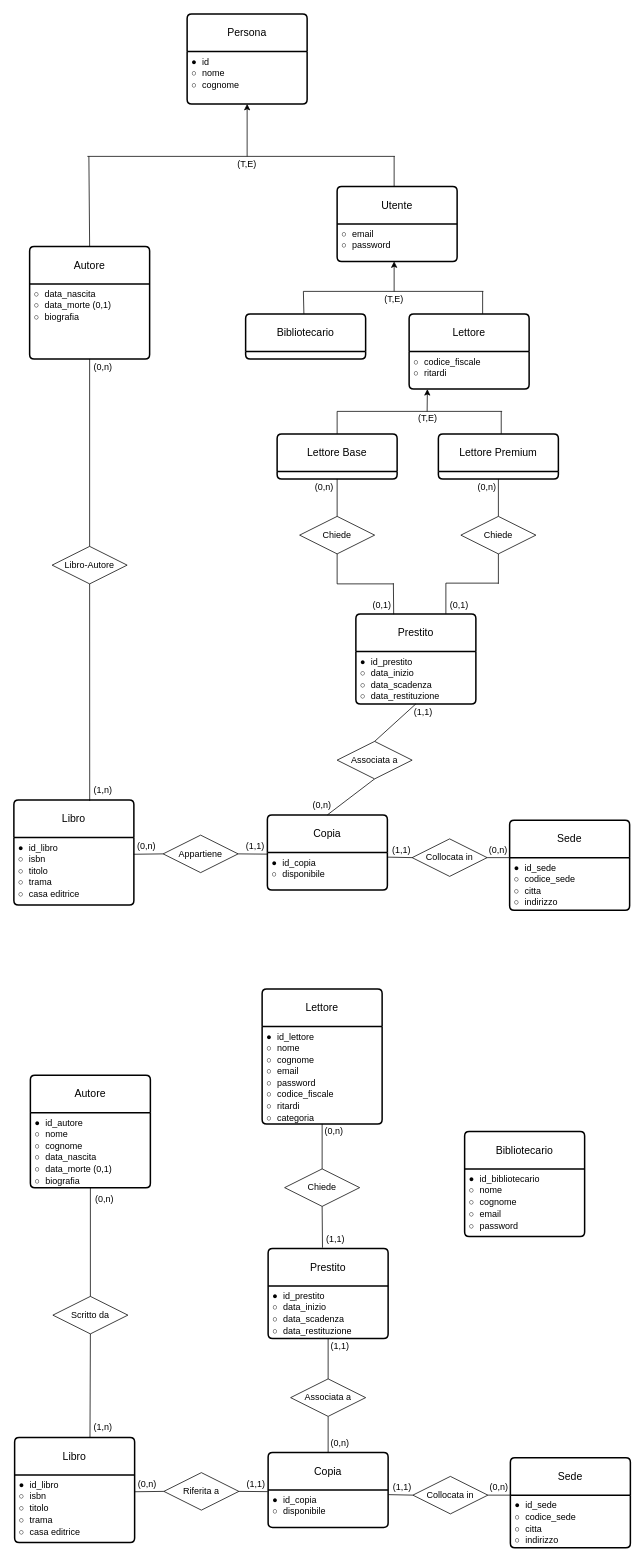
Above: Untitled Diagram.drawio in jaczao/library-management-system (draw.io), before the change. Source tidied: cells renumbered, new cells numbered last; positions are measured from the earlier drawing's top-left corner, leaving out a move shared by most shapes. Both pictures are drawn from the tidied source at 75%, with x=0, y=0 at pixel (14, 14).
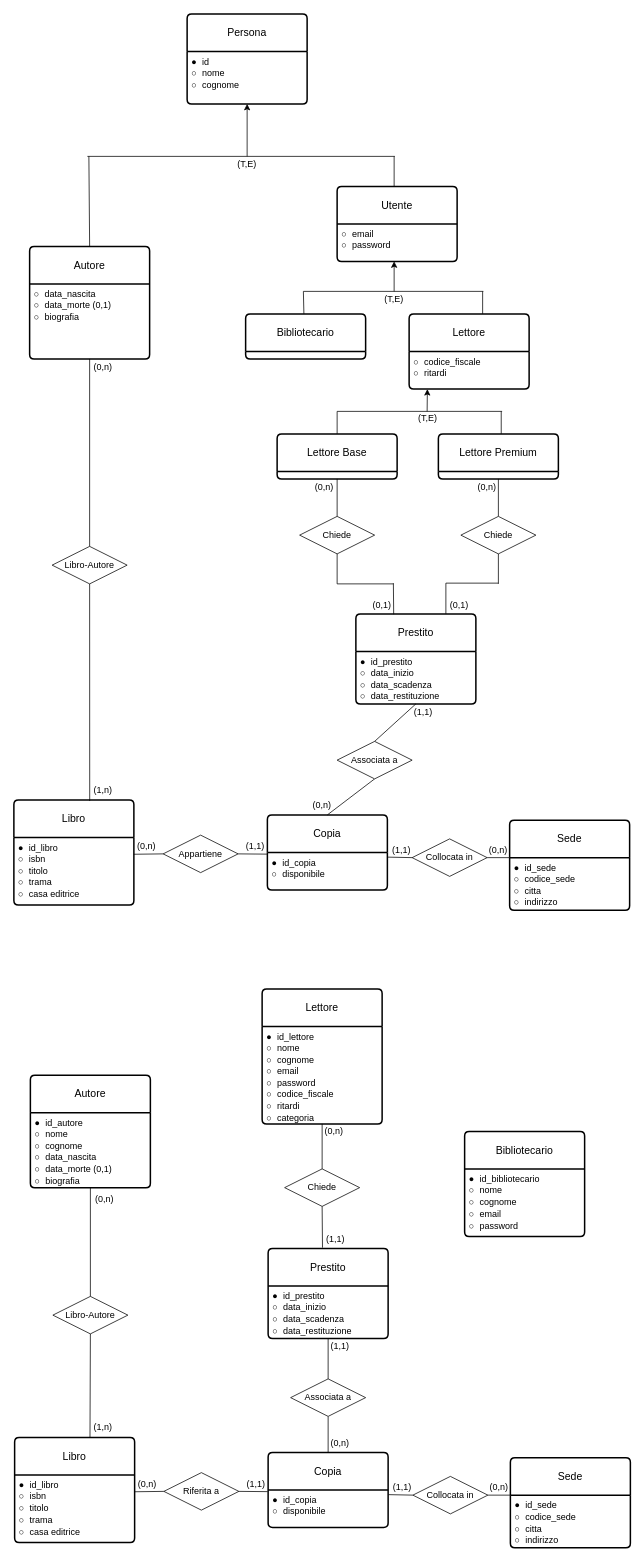
After the change.

Change to the diagram source:
```diff
@@
-    <mxCell id="79" value="Scritto da" style="shape=rhombus;perimeter=rhombusPerimeter;whiteSpace=wrap;html=1;align=center;" parent="1" vertex="1">
+    <mxCell id="79" value="Libro-Autore" style="shape=rhombus;perimeter=rhombusPerimeter;whiteSpace=wrap;html=1;align=center;" parent="1" vertex="1">
       <mxGeometry x="52" y="1710" width="100" height="50" as="geometry" />
     </mxCell>
```
